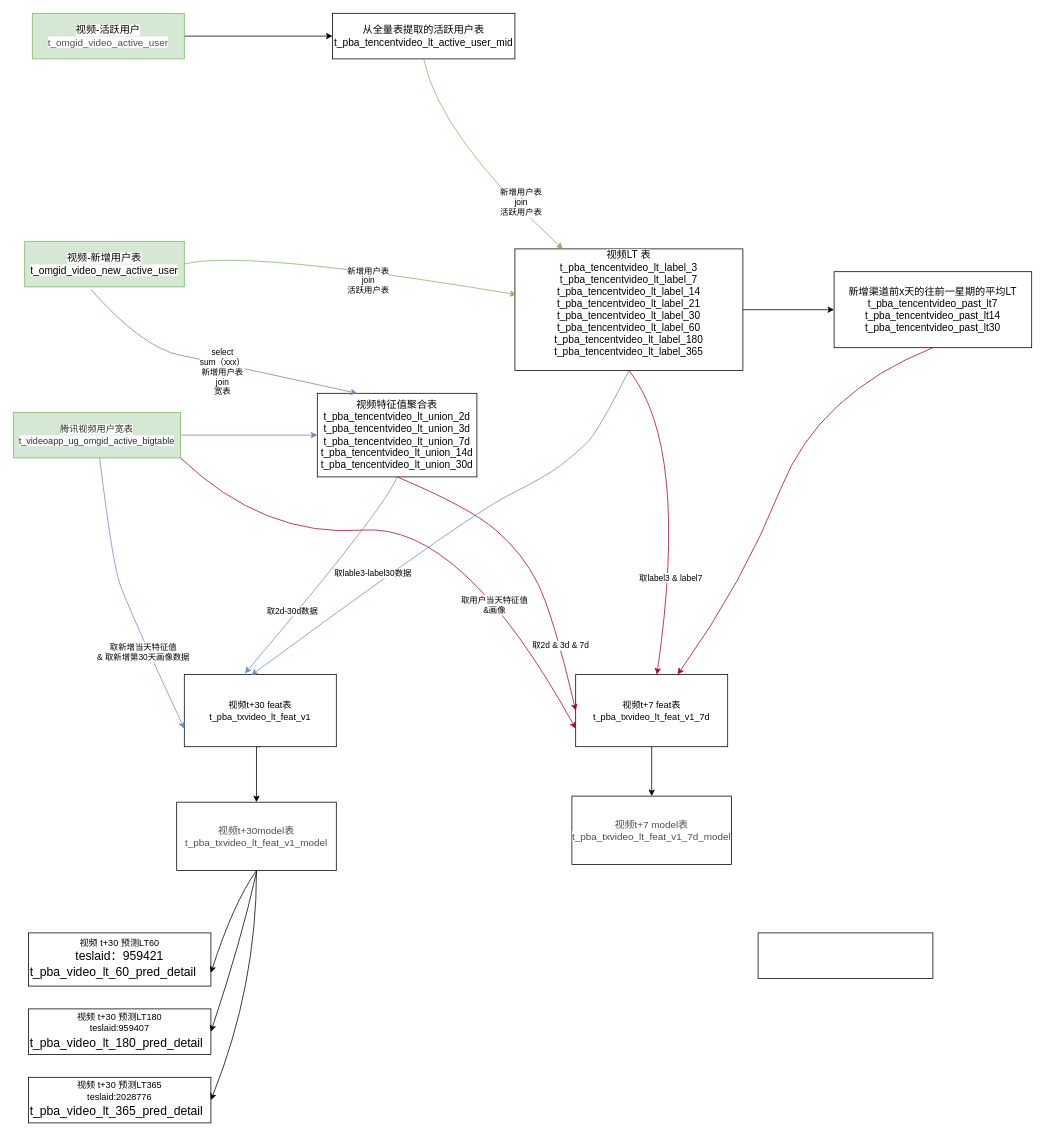
Above: 视频LTV逻辑图.drawio in jiabingapt/awesome (draw.io), before the change. Source tidied: cells renumbered, new cells numbered last; positions are measured from the earlier drawing's top-left corner, leaving out a move shared by most shapes. Both pictures are drawn from the tidied source at 76%, with x=0, y=0 at pixel (13, 13).
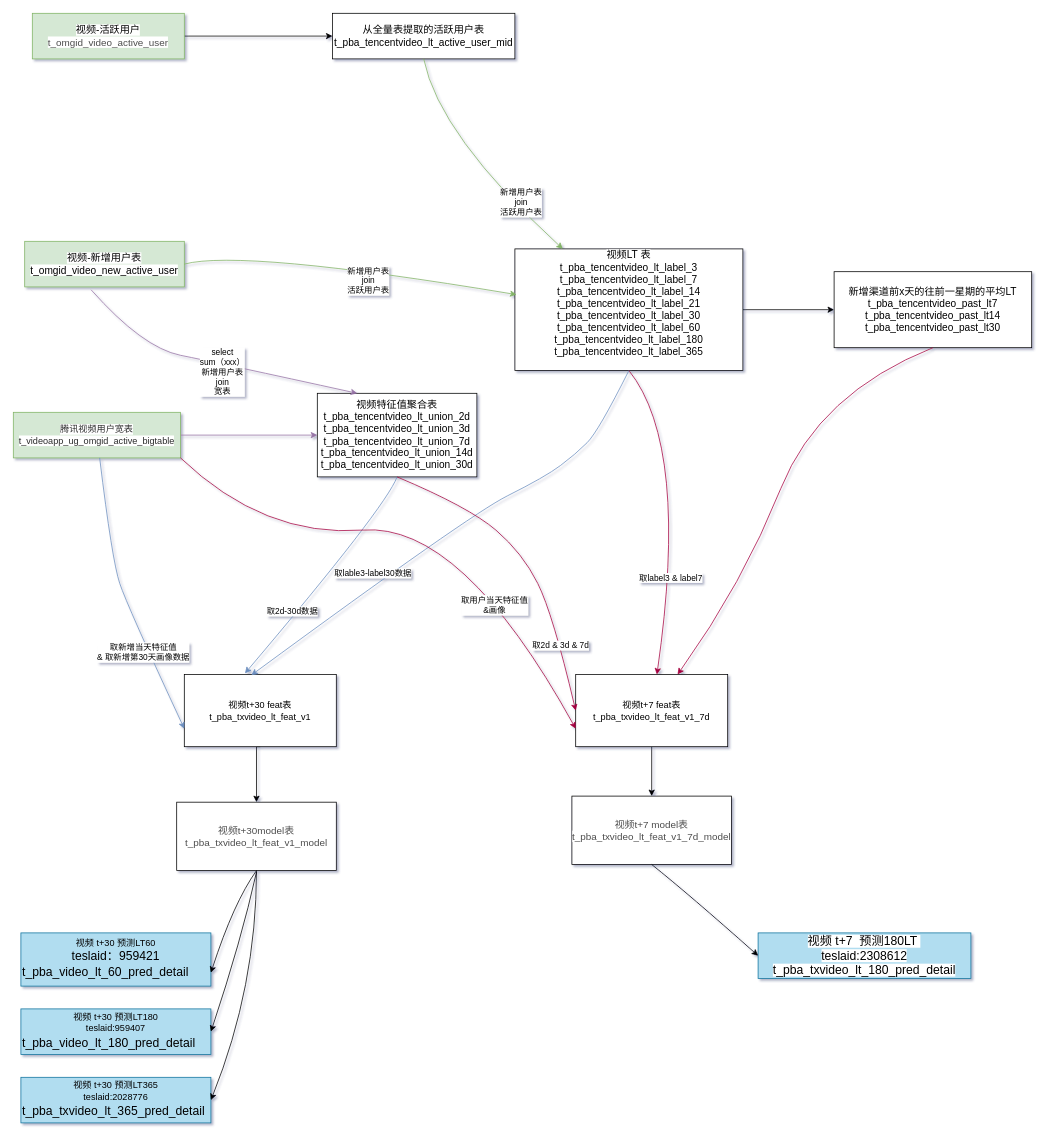
The same diagram, later.

Commit message:
Update 视频LTV逻辑图.drawio

Unchanged cells that the change refers to:
```xml
<mxCell id="36" value="&lt;span style=&quot;color: rgb(77 , 77 , 77) ; font-family: &amp;#34;helvetica neue for number&amp;#34; , , &amp;#34;blinkmacsystemfont&amp;#34; , &amp;#34;segoe ui&amp;#34; , &amp;#34;roboto&amp;#34; , &amp;#34;pingfang sc&amp;#34; , &amp;#34;hiragino sans gb&amp;#34; , &amp;#34;microsoft yahei&amp;#34; , &amp;#34;helvetica neue&amp;#34; , &amp;#34;helvetica&amp;#34; , &amp;#34;arial&amp;#34; , sans-serif ; font-size: 13px ; background-color: rgb(255 , 255 , 255)&quot;&gt;视频t+7 model表&lt;br&gt;t_pba_txvideo_lt_feat_v1_7d_model&lt;/span&gt;" style="rounded=0;whiteSpace=wrap;html=1;" parent="1" vertex="1">
  <mxGeometry x="735" y="1030" width="210" height="90" as="geometry" />
</mxCell>
```

The edit, as a diff of the source:
```diff
@@
-<mxGraphModel>
+<mxGraphModel shadow="1">
@@
-    <mxCell id="37" value="视频 t+30 预测LT60&lt;br&gt;&lt;span style=&quot;font-family: &amp;#34;microsoft yahei&amp;#34; ; font-size: 16px ; text-align: left&quot;&gt;teslaid：959421&lt;/span&gt;&lt;br&gt;&lt;table style=&quot;border-collapse: collapse&quot;&gt;&lt;colgroup&gt;&lt;col width=&quot;346&quot; style=&quot;width: 346px&quot;&gt;&lt;/colgroup&gt;&lt;tbody&gt;&lt;tr style=&quot;height: 24px&quot;&gt;&lt;td style=&quot;empty-cells: show ; line-height: normal ; vertical-align: middle ; outline-width: 0px ; overflow-wrap: break-word ; word-break: normal ; text-align: left ; font-family: &amp;#34;microsoft yahei&amp;#34; ; font-size: 12pt&quot;&gt;&lt;font style=&quot;font-size: 12pt&quot;&gt;t_pba_video_lt_60_pred_detail&lt;/font&gt;&lt;/td&gt;&lt;/tr&gt;&lt;/tbody&gt;&lt;/table&gt;" style="rounded=0;whiteSpace=wrap;html=1;" parent="1" vertex="1">
-      <mxGeometry x="20" y="1210" width="240" height="70" as="geometry" />
+    <mxCell id="37" value="视频 t+30 预测LT60&lt;br&gt;&lt;span style=&quot;font-family: &amp;#34;microsoft yahei&amp;#34; ; font-size: 16px ; text-align: left&quot;&gt;teslaid：959421&lt;/span&gt;&lt;br&gt;&lt;table style=&quot;border-collapse: collapse&quot;&gt;&lt;colgroup&gt;&lt;col width=&quot;346&quot; style=&quot;width: 346px&quot;&gt;&lt;/colgroup&gt;&lt;tbody&gt;&lt;tr style=&quot;height: 24px&quot;&gt;&lt;td style=&quot;empty-cells: show ; line-height: normal ; vertical-align: middle ; outline-width: 0px ; overflow-wrap: break-word ; word-break: normal ; text-align: left ; font-family: &amp;#34;microsoft yahei&amp;#34; ; font-size: 12pt&quot;&gt;&lt;font style=&quot;font-size: 12pt&quot;&gt;t_pba_video_lt_60_pred_detail&lt;/font&gt;&lt;/td&gt;&lt;/tr&gt;&lt;/tbody&gt;&lt;/table&gt;" style="rounded=0;whiteSpace=wrap;html=1;fillColor=#b1ddf0;strokeColor=#10739e;" parent="1" vertex="1">
+      <mxGeometry x="10" y="1210" width="250" height="70" as="geometry" />
     </mxCell>
-    <mxCell id="38" value="视频 t+30 预测LT180&lt;br&gt;teslaid:959407&lt;br&gt;&lt;table style=&quot;border-collapse: collapse&quot;&gt;&lt;colgroup&gt;&lt;col width=&quot;346&quot; style=&quot;width: 346px&quot;&gt;&lt;/colgroup&gt;&lt;tbody&gt;&lt;tr style=&quot;height: 24px&quot;&gt;&lt;td style=&quot;empty-cells: show ; line-height: normal ; vertical-align: middle ; outline-width: 0px ; overflow-wrap: break-word ; word-break: normal ; text-align: left ; font-family: &amp;#34;microsoft yahei&amp;#34; ; font-size: 12pt&quot;&gt;&lt;font style=&quot;font-size: 12pt&quot;&gt;t_pba_video_lt_180_pred_detail&lt;/font&gt;&lt;/td&gt;&lt;/tr&gt;&lt;/tbody&gt;&lt;/table&gt;" style="rounded=0;whiteSpace=wrap;html=1;" parent="1" vertex="1">
-      <mxGeometry x="20" y="1310" width="240" height="60" as="geometry" />
+    <mxCell id="38" value="视频 t+30 预测LT180&lt;br&gt;teslaid:959407&lt;br&gt;&lt;table style=&quot;border-collapse: collapse&quot;&gt;&lt;colgroup&gt;&lt;col width=&quot;346&quot; style=&quot;width: 346px&quot;&gt;&lt;/colgroup&gt;&lt;tbody&gt;&lt;tr style=&quot;height: 24px&quot;&gt;&lt;td style=&quot;empty-cells: show ; line-height: normal ; vertical-align: middle ; outline-width: 0px ; overflow-wrap: break-word ; word-break: normal ; text-align: left ; font-family: &amp;#34;microsoft yahei&amp;#34; ; font-size: 12pt&quot;&gt;&lt;font style=&quot;font-size: 12pt&quot;&gt;t_pba_video_lt_180_pred_detail&lt;/font&gt;&lt;/td&gt;&lt;/tr&gt;&lt;/tbody&gt;&lt;/table&gt;" style="rounded=0;whiteSpace=wrap;html=1;fillColor=#b1ddf0;strokeColor=#10739e;" parent="1" vertex="1">
+      <mxGeometry x="10" y="1310" width="250" height="60" as="geometry" />
     </mxCell>
@@
-    <mxCell id="41" value="视频 t+30 预测LT365&lt;br&gt;teslaid:2028776&lt;br&gt;&lt;table style=&quot;border-collapse: collapse&quot;&gt;&lt;colgroup&gt;&lt;col width=&quot;346&quot; style=&quot;width: 346px&quot;&gt;&lt;/colgroup&gt;&lt;tbody&gt;&lt;tr style=&quot;height: 24px&quot;&gt;&lt;td style=&quot;empty-cells: show ; line-height: normal ; vertical-align: middle ; outline-width: 0px ; overflow-wrap: break-word ; word-break: normal ; text-align: left ; font-family: &amp;#34;microsoft yahei&amp;#34; ; font-size: 12pt&quot;&gt;&lt;font style=&quot;font-size: 12pt&quot;&gt;t_pba_video_lt_365_pred_detail&lt;/font&gt;&lt;/td&gt;&lt;/tr&gt;&lt;/tbody&gt;&lt;/table&gt;" style="rounded=0;whiteSpace=wrap;html=1;" parent="1" vertex="1">
-      <mxGeometry x="20" y="1400" width="240" height="60" as="geometry" />
+    <mxCell id="41" value="视频 t+30 预测LT365&lt;br&gt;teslaid:2028776&lt;br&gt;&lt;table style=&quot;border-collapse: collapse&quot;&gt;&lt;colgroup&gt;&lt;col width=&quot;346&quot; style=&quot;width: 346px&quot;&gt;&lt;/colgroup&gt;&lt;tbody&gt;&lt;tr style=&quot;height: 24px&quot;&gt;&lt;td style=&quot;empty-cells: show ; line-height: normal ; vertical-align: middle ; outline-width: 0px ; overflow-wrap: break-word ; word-break: normal ; text-align: left ; font-family: &amp;#34;microsoft yahei&amp;#34; ; font-size: 12pt&quot;&gt;&lt;font style=&quot;font-size: 12pt&quot;&gt;t_pba_txvideo_lt_365_pred_detail&lt;/font&gt;&lt;/td&gt;&lt;/tr&gt;&lt;/tbody&gt;&lt;/table&gt;" style="rounded=0;whiteSpace=wrap;html=1;fillColor=#b1ddf0;strokeColor=#10739e;" parent="1" vertex="1">
+      <mxGeometry x="10" y="1400" width="250" height="60" as="geometry" />
     </mxCell>
@@
-    <mxCell id="43" style="rounded=0;whiteSpace=wrap;html=1;" parent="1" vertex="1">
-      <mxGeometry x="980" y="1210" width="230" height="60" as="geometry" />
+    <mxCell id="43" value="&lt;span style=&quot;font-family: &amp;#34;microsoft yahei&amp;#34; , ; font-size: 16px ; text-align: left ; background-color: rgb(255 , 255 , 255)&quot;&gt;视频 t+7&amp;nbsp; 预测180LT&amp;nbsp;&lt;br&gt;teslaid:2308612&lt;br&gt;t_pba_txvideo_lt_180_pred_detail&lt;/span&gt;" style="rounded=0;whiteSpace=wrap;html=1;fillColor=#b1ddf0;strokeColor=#10739e;" parent="1" vertex="1">
+      <mxGeometry x="980" y="1210" width="280" height="60" as="geometry" />
     </mxCell>
+    <mxCell id="44" style="curved=1;endArrow=classic;html=1;exitX=0.5;exitY=1;exitDx=0;exitDy=0;entryX=0;entryY=0.5;entryDx=0;entryDy=0;" parent="1" edge="1" source="36" target="43">
+      <mxGeometry relative="1" as="geometry">
+        <Array as="points">
+          <mxPoint x="890" y="1160" />
+        </Array>
+      </mxGeometry>
+    </mxCell>
```
